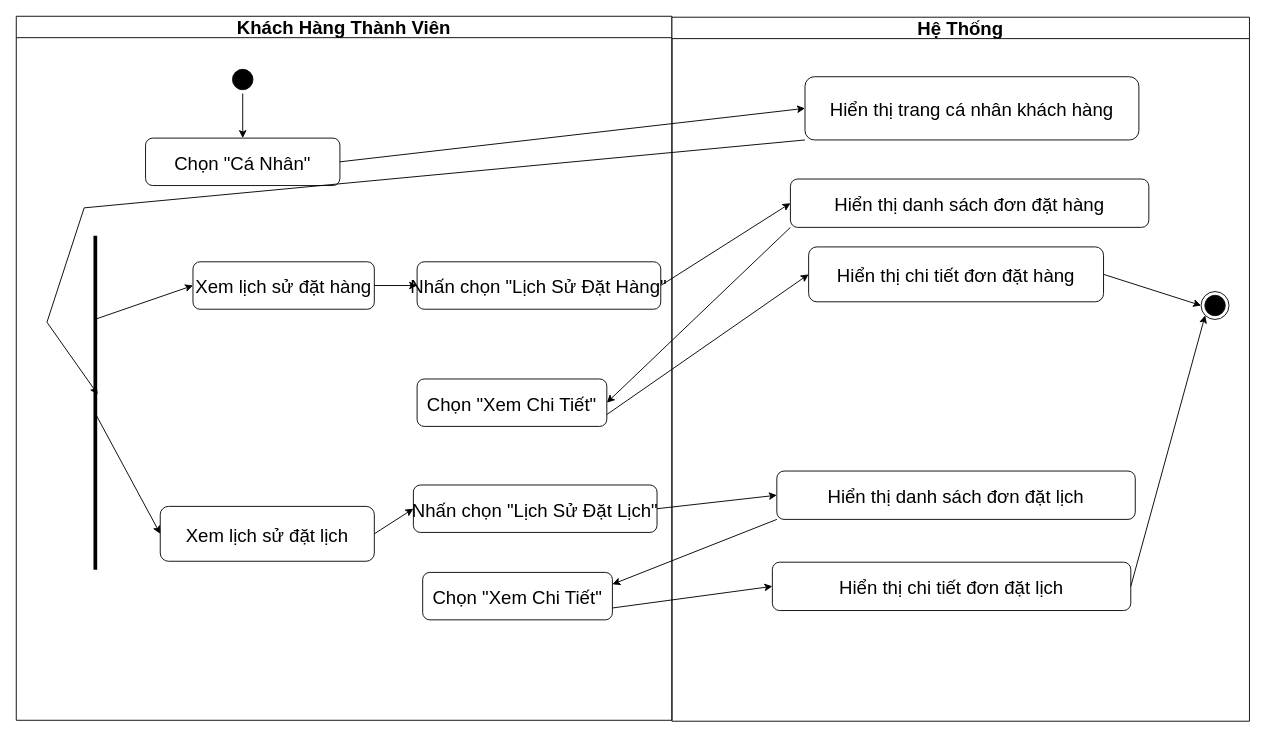
Before: page "Xem lịch sử đặt hàng và đặt lịch cá nhân" (17 of 30) of SODO/HoatDong/hoatdong.drawio in khuevotan/TaiCamRanh_DATN, a draw.io diagram. Source tidied: cells renumbered, new cells numbered last; positions are measured from the earlier drawing's top-left corner, leaving out a move shared by most shapes. Both pictures are drawn from the tidied source at 93%, with x=0, y=0 at pixel (16, 16).
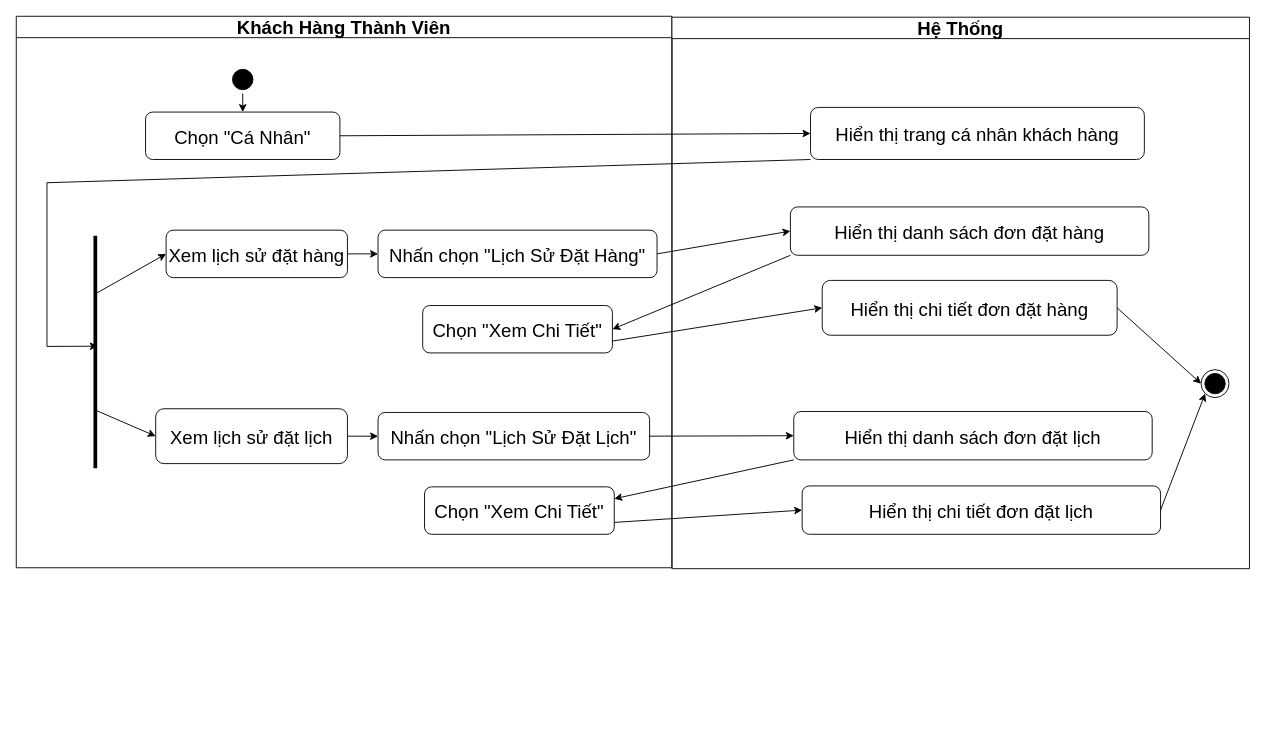
Above is the later version.

Diff of the diagram source:
```diff
@@
     <mxCell id="2" value="Khách Hàng Thành Viên" style="swimlane;whiteSpace=wrap;strokeColor=#080808;fontSize=20;" parent="1" vertex="1">
-      <mxGeometry width="705" height="757" as="geometry" />
+      <mxGeometry width="705" height="593" as="geometry" />
     </mxCell>
@@
     <mxCell id="4" value="Xem lịch sử đặt hàng" style="strokeColor=#080808;rounded=1;fontSize=20;" parent="2" vertex="1">
-      <mxGeometry x="190" y="264" width="195" height="51" as="geometry" />
+      <mxGeometry x="161.1" y="230" width="195" height="51" as="geometry" />
     </mxCell>
     <mxCell id="5" value="Xem lịch sử đặt lịch" style="strokeColor=#080808;rounded=1;fontSize=20;" parent="2" vertex="1">
-      <mxGeometry x="154.8" y="527" width="230.2" height="59" as="geometry" />
+      <mxGeometry x="149.9" y="422" width="206.2" height="59" as="geometry" />
     </mxCell>
     <mxCell id="6" style="line;strokeWidth=4;html=1;fillColor=#000000;fontSize=14;direction=south;" parent="2" vertex="1">
-      <mxGeometry x="80" y="236" width="10" height="359" as="geometry" />
+      <mxGeometry x="80" y="236" width="10" height="250" as="geometry" />
     </mxCell>
@@
-    <mxCell id="8" style="endArrow=classic;html=1;rounded=0;exitX=0.534;exitY=0.467;exitDx=0;exitDy=0;exitPerimeter=0;entryX=0;entryY=0.5;entryDx=0;entryDy=0;" parent="2" edge="1" source="6" target="5">
+    <mxCell id="8" style="endArrow=classic;html=1;rounded=0;exitX=0.75;exitY=0.5;exitDx=0;exitDy=0;exitPerimeter=0;entryX=0;entryY=0.5;entryDx=0;entryDy=0;" parent="2" edge="1" source="6" target="5">
       <mxGeometry relative="1" as="geometry" />
     </mxCell>
     <mxCell id="9" value="Chọn &quot;Cá Nhân&quot;" style="strokeColor=#080808;rounded=1;fontSize=20;" parent="2" vertex="1">
-      <mxGeometry x="139" y="131" width="209" height="51" as="geometry" />
+      <mxGeometry x="139" y="103" width="209" height="51" as="geometry" />
     </mxCell>
@@
     <mxCell id="11" value="Nhấn chọn &quot;Lịch Sử Đặt Hàng&quot;" style="strokeColor=#080808;rounded=1;fontSize=20;" parent="2" vertex="1">
-      <mxGeometry x="431" y="264" width="262" height="51" as="geometry" />
+      <mxGeometry x="389" y="230" width="300" height="51" as="geometry" />
     </mxCell>
     <mxCell id="12" value="Nhấn chọn &quot;Lịch Sử Đặt Lịch&quot;" style="strokeColor=#080808;rounded=1;fontSize=20;" parent="2" vertex="1">
-      <mxGeometry x="427" y="504" width="262" height="51" as="geometry" />
+      <mxGeometry x="389" y="426" width="292" height="51" as="geometry" />
     </mxCell>
     <mxCell id="13" value="Chọn &quot;Xem Chi Tiết&quot;" style="strokeColor=#080808;rounded=1;fontSize=20;" parent="2" vertex="1">
-      <mxGeometry x="437" y="598" width="204" height="51" as="geometry" />
+      <mxGeometry x="439" y="506" width="204" height="51" as="geometry" />
     </mxCell>
     <mxCell id="14" value="Chọn &quot;Xem Chi Tiết&quot;" style="strokeColor=#080808;rounded=1;fontSize=20;" parent="2" vertex="1">
-      <mxGeometry x="431" y="390" width="204" height="51" as="geometry" />
+      <mxGeometry x="437" y="311" width="204" height="51" as="geometry" />
     </mxCell>
@@
     <mxCell id="17" value="Hệ Thống" style="swimlane;whiteSpace=wrap;strokeColor=#080808;fontSize=20;" parent="1" vertex="1">
-      <mxGeometry x="705" y="1" width="621" height="757" as="geometry" />
+      <mxGeometry x="705" y="1" width="621" height="593" as="geometry" />
     </mxCell>
     <mxCell id="18" style="ellipse;shape=endState;fillColor=#000000;strokeColor=#080808;fontSize=20;" parent="17" vertex="1">
-      <mxGeometry x="569" y="295" width="30" height="30" as="geometry" />
+      <mxGeometry x="569" y="379" width="30" height="30" as="geometry" />
     </mxCell>
     <mxCell id="19" value="Hiển thị trang cá nhân khách hàng" style="strokeColor=#080808;rounded=1;fontSize=20;" parent="17" vertex="1">
-      <mxGeometry x="143.1" y="64" width="359" height="68" as="geometry" />
+      <mxGeometry x="149" y="97" width="359" height="56" as="geometry" />
     </mxCell>
     <mxCell id="20" value="Hiển thị chi tiết đơn đặt hàng" style="strokeColor=#080808;rounded=1;fontSize=20;" parent="17" vertex="1">
-      <mxGeometry x="147" y="247" width="317.1" height="59" as="geometry" />
+      <mxGeometry x="161.6" y="283" width="317.1" height="59" as="geometry" />
     </mxCell>
     <mxCell id="21" value="Hiển thị danh sách đơn đặt hàng" style="strokeColor=#080808;rounded=1;fontSize=20;" parent="17" vertex="1">
-      <mxGeometry x="127.4" y="174" width="385.4" height="52" as="geometry" />
+      <mxGeometry x="127.4" y="204" width="385.4" height="52" as="geometry" />
     </mxCell>
     <mxCell id="22" value="Hiển thị danh sách đơn đặt lịch" style="strokeColor=#080808;rounded=1;fontSize=20;" parent="17" vertex="1">
-      <mxGeometry x="112.8" y="488" width="385.4" height="52" as="geometry" />
+      <mxGeometry x="131" y="424" width="385.4" height="52" as="geometry" />
     </mxCell>
     <mxCell id="23" value="Hiển thị chi tiết đơn đặt lịch" style="strokeColor=#080808;rounded=1;fontSize=20;" parent="17" vertex="1">
-      <mxGeometry x="108" y="586" width="385.4" height="52" as="geometry" />
+      <mxGeometry x="140" y="504" width="385.4" height="52" as="geometry" />
     </mxCell>
@@
     <mxCell id="27" style="endArrow=classic;html=1;rounded=0;exitX=0;exitY=1;exitDx=0;exitDy=0;entryX=0.475;entryY=0.233;entryDx=0;entryDy=0;entryPerimeter=0;" parent="1" edge="1" source="19" target="6">
       <mxGeometry relative="1" as="geometry">
         <Array as="points">
-          <mxPoint x="73" y="206" />
-          <mxPoint x="33" y="329" />
+          <mxPoint x="33" y="179" />
+          <mxPoint x="33" y="355" />
         </Array>
       </mxGeometry>
     </mxCell>
```
